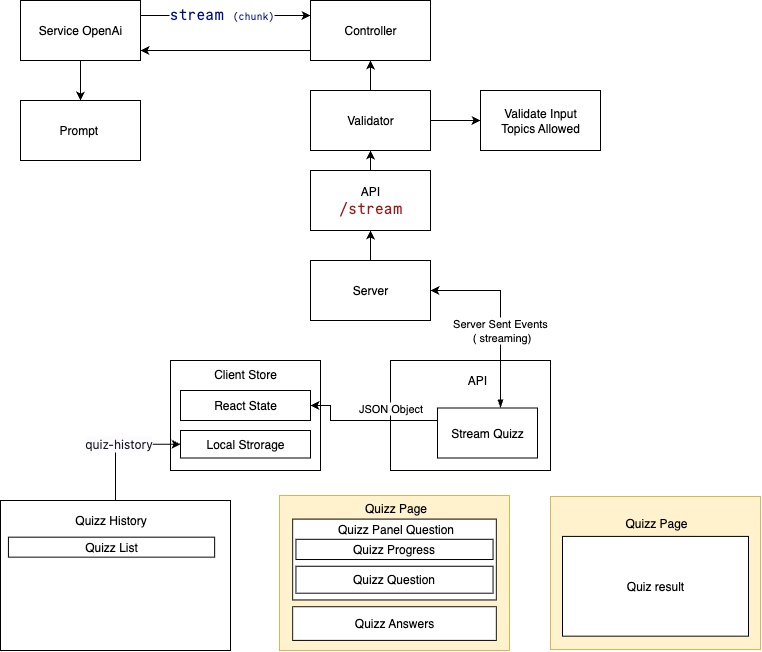
Before: drawio_ai.png, a diagram exported from draw.io (samrub06/quiz-ai). Source tidied: cells renumbered, new cells last; positions are measured from the earlier drawing's top-left corner, leaving out a move shared by most shapes.
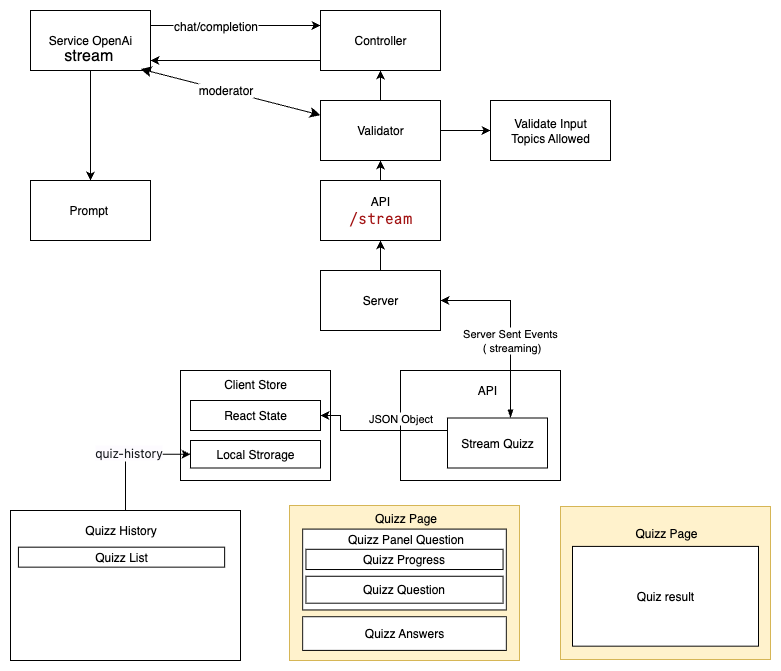
After the change.

Commit message:
feat: update quiz services and add new diagram files

Diff of the diagram source:
```diff
@@ -111,11 +111,11 @@
     <mxCell id="33" style="edgeStyle=orthogonalEdgeStyle;rounded=0;jettySize=auto;html=1;" parent="1" edge="1" source="35" target="37">
       <mxGeometry relative="1" as="geometry" />
     </mxCell>
-    <mxCell id="34" style="edgeStyle=orthogonalEdgeStyle;rounded=0;jettySize=auto;html=1;" parent="1" edge="1" source="35">
-      <mxGeometry relative="1" as="geometry">
-        <mxPoint x="480" y="120" as="targetPoint" />
-      </mxGeometry>
-    </mxCell>
+    <mxCell id="46" style="edgeStyle=orthogonalEdgeStyle;rounded=0;jettySize=auto;html=1;" parent="1" edge="1" source="35">
+      <mxGeometry relative="1" as="geometry">
+        <mxPoint x="480" y="120" as="targetPoint" />
+      </mxGeometry>
+    </mxCell>
     <mxCell id="35" value="Validator" style="whiteSpace=wrap;html=1;rounded=0;" parent="1" vertex="1">
       <mxGeometry x="310" y="90" width="120" height="60" as="geometry" />
     </mxCell>
@@ -141,11 +141,9 @@
         </Array>
       </mxGeometry>
     </mxCell>
-    <mxCell id="40" value="&lt;div style=&quot;font-family: CommitMono, Menlo, Monaco, &amp;quot;Courier New&amp;quot;, monospace; line-height: 23px; white-space-collapse: preserve;&quot;&gt;&lt;span style=&quot;color: rgb(0, 16, 128);&quot;&gt;&lt;span style=&quot;font-size: 15px;&quot;&gt;stream &lt;/span&gt;&lt;font style=&quot;font-size: 10px;&quot;&gt;(chunk)&lt;/font&gt;&lt;/span&gt;&lt;/div&gt;" style="edgeLabel;html=1;align=center;verticalAlign=middle;" parent="39" vertex="1">
-      <mxGeometry x="-0.2" y="2" relative="1" as="geometry">
-        <mxPoint x="12" as="offset" />
-      </mxGeometry>
-    </mxCell>
+    <mxCell id="47" value="chat/completion" style="edgeLabel;html=1;align=center;verticalAlign=middle;fontSize=12;" parent="39" vertex="1">
+      <mxGeometry x="-0.24" relative="1" as="geometry" />
+    </mxCell>
     <mxCell id="41" value="Service OpenAi" style="whiteSpace=wrap;html=1;rounded=0;" parent="1" vertex="1">
       <mxGeometry x="20" width="120" height="60" as="geometry" />
     </mxCell>
@@ -153,7 +151,7 @@
       <mxGeometry x="480" y="90" width="120" height="60" as="geometry" />
     </mxCell>
     <mxCell id="43" value="Prompt&amp;nbsp;" style="whiteSpace=wrap;html=1;rounded=0;" parent="1" vertex="1">
-      <mxGeometry x="20" y="100" width="120" height="60" as="geometry" />
+      <mxGeometry x="20" y="170" width="120" height="60" as="geometry" />
     </mxCell>
     <mxCell id="44" style="edgeStyle=orthogonalEdgeStyle;rounded=0;jettySize=auto;html=1;entryX=0;entryY=0.5;entryDx=0;entryDy=0;" parent="1" edge="1" source="26" target="4">
       <mxGeometry relative="1" as="geometry" />
@@ -161,5 +159,16 @@
     <mxCell id="45" value="&lt;span style=&quot;color: rgb(25, 28, 32); font-family: system-ui, sans-serif; font-size: 12px; text-align: start; white-space-collapse: preserve; background-color: rgb(253, 251, 255);&quot;&gt;quiz-history&lt;/span&gt;" style="edgeLabel;html=1;align=center;verticalAlign=middle;" parent="44" vertex="1">
       <mxGeometry x="-0.03" y="1" relative="1" as="geometry" />
     </mxCell>
+    <mxCell id="48" style="edgeStyle=none;curved=1;rounded=0;jettySize=auto;html=1;entryX=0.918;entryY=0.975;entryDx=0;entryDy=0;entryPerimeter=0;fontSize=12;startSize=8;endSize=8;startArrow=classic;startFill=1;" parent="1" edge="1" source="35" target="41">
+      <mxGeometry relative="1" as="geometry" />
+    </mxCell>
+    <mxCell id="49" value="moderator" style="edgeLabel;html=1;align=center;verticalAlign=middle;fontSize=12;" parent="48" vertex="1">
+      <mxGeometry x="-0.19" y="1" relative="1" as="geometry">
+        <mxPoint x="-22" y="-7" as="offset" />
+      </mxGeometry>
+    </mxCell>
+    <mxCell id="50" value="stream&amp;nbsp;" style="text;html=1;align=center;verticalAlign=middle;strokeColor=none;fillColor=none;fontSize=16;" parent="1" vertex="1">
+      <mxGeometry x="40" y="30" width="80" height="30" as="geometry" />
+    </mxCell>
   </root>
 </mxGraphModel>
```
